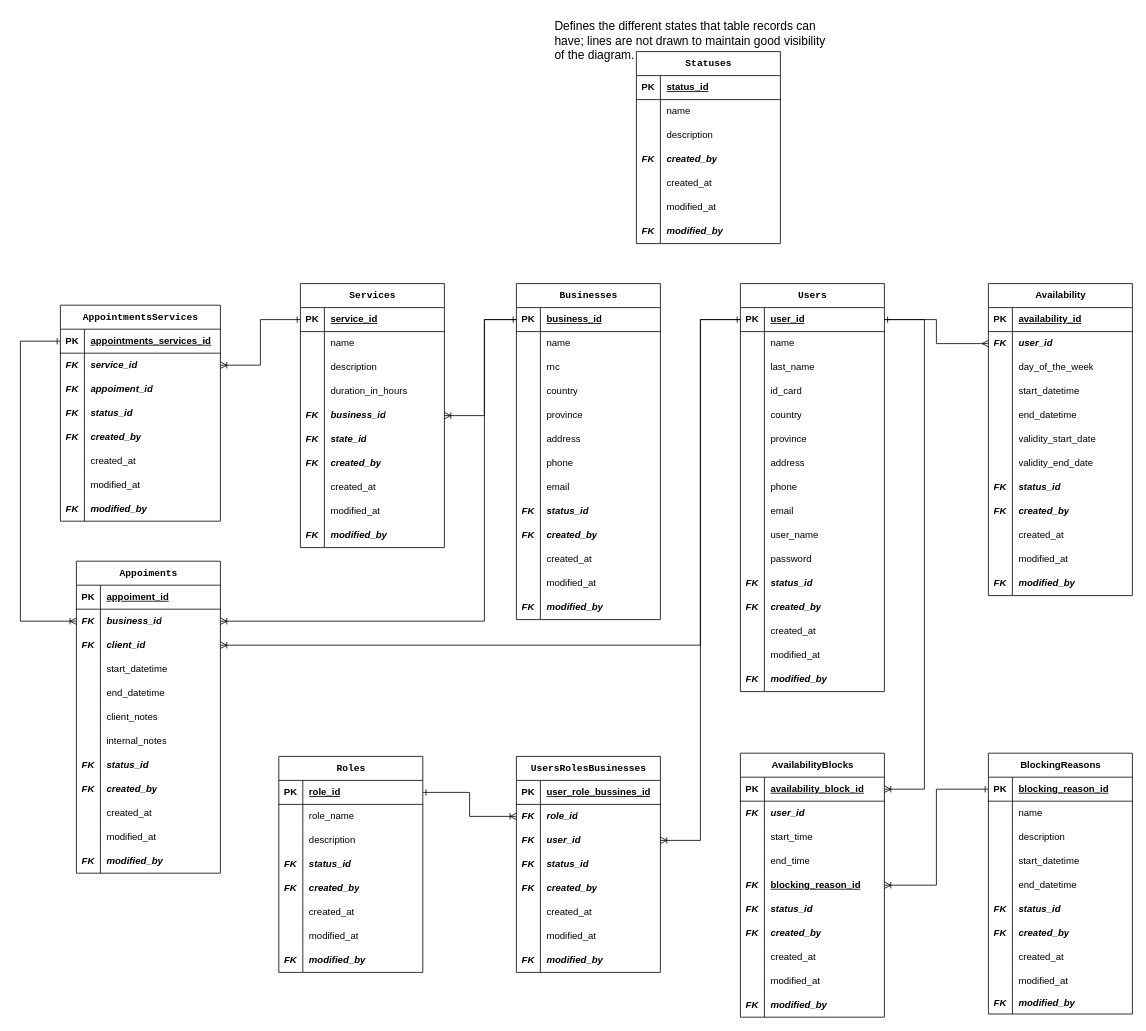
juanandrescj-dev/dailymode-appointment-scheduler keeps this draw.io diagram as technical-documentation/diagram-database-dailymode-appointment-scheduler.drawio. Above is the earlier version. Source tidied: cells renumbered, new cells numbered last; positions are measured from the earlier drawing's top-left corner, leaving out a move shared by most shapes. Both pictures are drawn from the tidied source at 80%, with x=0, y=0 at pixel (20, 14).
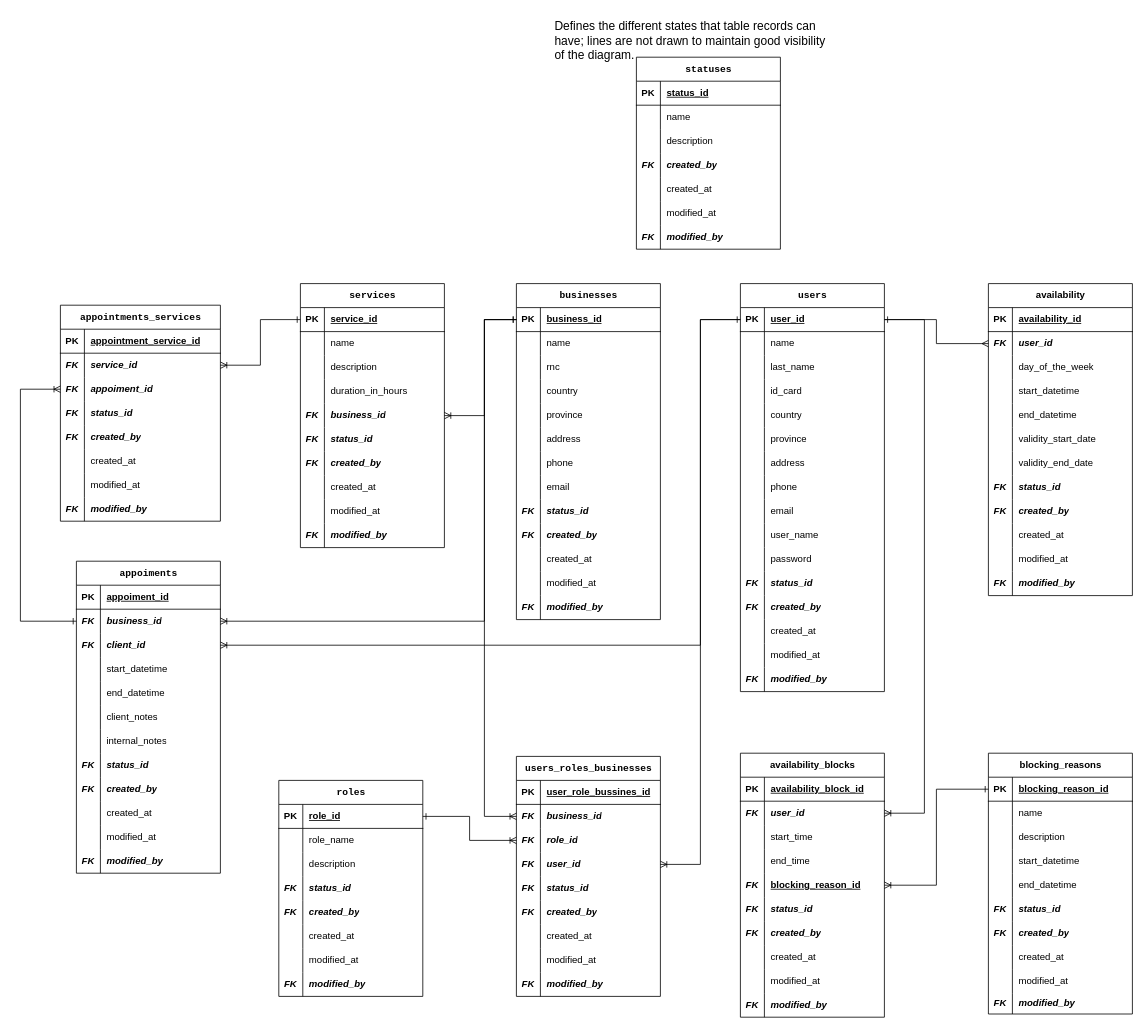
After the change.

Commit message (it also covers changes not shown here):
First scripts for creating the database and defining the tables.

Unchanged cells that the change refers to:
```xml
<mxCell id="3" style="shape=tableRow;horizontal=0;startSize=0;swimlaneHead=0;swimlaneBody=0;fillColor=none;points=[[0,0.5],[1,0.5]];portConstraint=eastwest;top=0;left=0;right=0;bottom=1;" parent="2" vertex="1">
  <mxGeometry y="30" width="180" height="30" as="geometry" />
</mxCell>
<mxCell id="43" style="shape=tableRow;horizontal=0;startSize=0;swimlaneHead=0;swimlaneBody=0;fillColor=none;points=[[0,0.5],[1,0.5]];portConstraint=eastwest;top=0;left=0;right=0;bottom=1;" parent="42" vertex="1">
  <mxGeometry y="30" width="180" height="30" as="geometry" />
</mxCell>
<mxCell id="92" style="shape=tableRow;horizontal=0;startSize=0;swimlaneHead=0;swimlaneBody=0;fillColor=none;points=[[0,0.5],[1,0.5]];portConstraint=eastwest;top=0;left=0;right=0;bottom=1;" parent="91" vertex="1">
  <mxGeometry y="30" width="180" height="30" as="geometry" />
</mxCell>
<mxCell id="120" style="shape=tableRow;horizontal=0;startSize=0;swimlaneHead=0;swimlaneBody=0;fillColor=none;points=[[0,0.5],[1,0.5]];portConstraint=eastwest;top=0;left=0;right=0;bottom=0;" parent="116" vertex="1">
  <mxGeometry y="60" width="180" height="30" as="geometry" />
</mxCell>
<mxCell id="159" style="shape=tableRow;horizontal=0;startSize=0;swimlaneHead=0;swimlaneBody=0;fillColor=none;top=0;left=0;right=0;bottom=0;" parent="143" vertex="1">
  <mxGeometry y="180" width="180" height="30" as="geometry" />
</mxCell>
<mxCell id="212" style="shape=tableRow;horizontal=0;startSize=0;swimlaneHead=0;swimlaneBody=0;fillColor=none;points=[[0,0.5],[1,0.5]];portConstraint=eastwest;top=0;left=0;right=0;bottom=1;" parent="211" vertex="1">
  <mxGeometry y="30" width="180" height="30" as="geometry" />
</mxCell>
<mxCell id="215" style="shape=tableRow;horizontal=0;startSize=0;swimlaneHead=0;swimlaneBody=0;fillColor=none;points=[[0,0.5],[1,0.5]];portConstraint=eastwest;top=0;left=0;right=0;bottom=0;" parent="211" vertex="1">
  <mxGeometry y="60" width="180" height="30" as="geometry" />
</mxCell>
<mxCell id="306" style="shape=tableRow;horizontal=0;startSize=0;swimlaneHead=0;swimlaneBody=0;fillColor=none;points=[[0,0.5],[1,0.5]];portConstraint=eastwest;top=0;left=0;right=0;bottom=0;" parent="302" vertex="1">
  <mxGeometry y="60" width="180" height="30" as="geometry" />
</mxCell>
<mxCell id="342" style="shape=tableRow;horizontal=0;startSize=0;swimlaneHead=0;swimlaneBody=0;fillColor=none;points=[[0,0.5],[1,0.5]];portConstraint=eastwest;top=0;left=0;right=0;bottom=1;" parent="341" vertex="1">
  <mxGeometry y="30" width="200" height="30" as="geometry" />
</mxCell>
<mxCell id="348" style="shape=tableRow;horizontal=0;startSize=0;swimlaneHead=0;swimlaneBody=0;fillColor=none;points=[[0,0.5],[1,0.5]];portConstraint=eastwest;top=0;left=0;right=0;bottom=0;" parent="341" vertex="1">
  <mxGeometry y="90" width="200" height="30" as="geometry" />
</mxCell>
```

The edit, as a diff of the source:
```diff
@@
-    <mxCell id="2" value="&lt;code&gt;Businesses&lt;/code&gt;" style="shape=table;startSize=30;childLayout=tableLayout;rowLines=0;fontStyle=1;align=center;html=1;" parent="1" vertex="1">
+    <mxCell id="2" value="&lt;code&gt;businesses&lt;/code&gt;" style="shape=table;startSize=30;childLayout=tableLayout;rowLines=0;fontStyle=1;align=center;html=1;" parent="1" vertex="1">
       <mxGeometry x="620" y="337" width="180" height="420" as="geometry" />
     </mxCell>
@@
-    <mxCell id="42" value="&lt;font face=&quot;monospace&quot;&gt;Users&lt;/font&gt;" style="shape=table;startSize=30;childLayout=tableLayout;rowLines=0;fontStyle=1;align=center;html=1;" parent="1" vertex="1">
+    <mxCell id="42" value="&lt;font face=&quot;monospace&quot;&gt;users&lt;/font&gt;" style="shape=table;startSize=30;childLayout=tableLayout;rowLines=0;fontStyle=1;align=center;html=1;" parent="1" vertex="1">
       <mxGeometry x="900" y="337" width="180" height="510" as="geometry" />
     </mxCell>
@@
-    <mxCell id="91" value="&lt;font face=&quot;monospace&quot;&gt;Roles&lt;/font&gt;" style="shape=table;startSize=30;childLayout=tableLayout;rowLines=0;fontStyle=1;align=center;html=1;" parent="1" vertex="1">
-      <mxGeometry x="323" y="928" width="180" height="270" as="geometry" />
+    <mxCell id="91" value="&lt;font face=&quot;monospace&quot;&gt;roles&lt;/font&gt;" style="shape=table;startSize=30;childLayout=tableLayout;rowLines=0;fontStyle=1;align=center;html=1;" parent="1" vertex="1">
+      <mxGeometry x="323" y="958" width="180" height="270" as="geometry" />
     </mxCell>
@@
-    <mxCell id="116" value="&lt;font face=&quot;monospace&quot;&gt;UsersRoles&lt;/font&gt;&lt;span style=&quot;font-family: monospace;&quot;&gt;Businesses&lt;/span&gt;" style="shape=table;startSize=30;childLayout=tableLayout;rowLines=0;fontStyle=1;align=center;html=1;" parent="1" vertex="1">
-      <mxGeometry x="620" y="928" width="180" height="270" as="geometry" />
+    <mxCell id="116" value="&lt;font face=&quot;monospace&quot;&gt;users_roles_b&lt;/font&gt;&lt;span style=&quot;font-family: monospace;&quot;&gt;usinesses&lt;/span&gt;" style="shape=table;startSize=30;childLayout=tableLayout;rowLines=0;fontStyle=1;align=center;html=1;" parent="1" vertex="1">
+      <mxGeometry x="620" y="928" width="180" height="300" as="geometry" />
     </mxCell>
@@
-    <mxCell id="122" value="role_id" style="shape=partialRectangle;fillColor=none;top=0;left=0;bottom=0;right=0;align=left;spacingLeft=6;overflow=hidden;whiteSpace=wrap;html=1;fontStyle=3;" parent="120" vertex="1">
+    <mxCell id="122" value="business_id" style="shape=partialRectangle;fillColor=none;top=0;left=0;bottom=0;right=0;align=left;spacingLeft=6;overflow=hidden;whiteSpace=wrap;html=1;fontStyle=3;" parent="120" vertex="1">
       <mxGeometry x="30" width="150" height="30" as="geometry" />
     </mxCell>
+    <mxCell id="368" style="shape=tableRow;horizontal=0;startSize=0;swimlaneHead=0;swimlaneBody=0;fillColor=none;points=[[0,0.5],[1,0.5]];portConstraint=eastwest;top=0;left=0;right=0;bottom=0;" parent="116" vertex="1">
+      <mxGeometry y="90" width="180" height="30" as="geometry" />
+    </mxCell>
+    <mxCell id="369" value="FK" style="shape=partialRectangle;fillColor=none;top=0;left=0;bottom=0;right=0;overflow=hidden;whiteSpace=wrap;html=1;fontStyle=3;" parent="368" vertex="1">
+      <mxGeometry width="30" height="30" as="geometry" />
+    </mxCell>
+    <mxCell id="370" value="role_id" style="shape=partialRectangle;fillColor=none;top=0;left=0;bottom=0;right=0;align=left;spacingLeft=6;overflow=hidden;whiteSpace=wrap;html=1;fontStyle=3;" parent="368" vertex="1">
+      <mxGeometry x="30" width="150" height="30" as="geometry" />
+    </mxCell>
     <mxCell id="123" style="shape=tableRow;horizontal=0;startSize=0;swimlaneHead=0;swimlaneBody=0;fillColor=none;points=[[0,0.5],[1,0.5]];portConstraint=eastwest;top=0;left=0;right=0;bottom=0;" parent="116" vertex="1">
-      <mxGeometry y="90" width="180" height="30" as="geometry" />
+      <mxGeometry y="120" width="180" height="30" as="geometry" />
     </mxCell>
@@
     <mxCell id="126" style="shape=tableRow;horizontal=0;startSize=0;swimlaneHead=0;swimlaneBody=0;fillColor=none;top=0;left=0;right=0;bottom=0;fontStyle=3;" parent="116" vertex="1">
-      <mxGeometry y="120" width="180" height="30" as="geometry" />
+      <mxGeometry y="150" width="180" height="30" as="geometry" />
     </mxCell>
@@
     <mxCell id="129" style="shape=tableRow;horizontal=0;startSize=0;swimlaneHead=0;swimlaneBody=0;fillColor=none;top=0;left=0;right=0;bottom=0;" parent="116" vertex="1">
-      <mxGeometry y="150" width="180" height="30" as="geometry" />
+      <mxGeometry y="180" width="180" height="30" as="geometry" />
     </mxCell>
@@
     <mxCell id="132" style="shape=tableRow;horizontal=0;startSize=0;swimlaneHead=0;swimlaneBody=0;fillColor=none;top=0;left=0;right=0;bottom=0;" parent="116" vertex="1">
-      <mxGeometry y="180" width="180" height="30" as="geometry" />
+      <mxGeometry y="210" width="180" height="30" as="geometry" />
     </mxCell>
@@
     <mxCell id="135" style="shape=tableRow;horizontal=0;startSize=0;swimlaneHead=0;swimlaneBody=0;fillColor=none;top=0;left=0;right=0;bottom=0;" parent="116" vertex="1">
-      <mxGeometry y="210" width="180" height="30" as="geometry" />
+      <mxGeometry y="240" width="180" height="30" as="geometry" />
     </mxCell>
@@
     <mxCell id="138" style="shape=tableRow;horizontal=0;startSize=0;swimlaneHead=0;swimlaneBody=0;fillColor=none;top=0;left=0;right=0;bottom=0;" parent="116" vertex="1">
-      <mxGeometry y="240" width="180" height="30" as="geometry" />
+      <mxGeometry y="270" width="180" height="30" as="geometry" />
     </mxCell>
@@
-    <mxCell id="141" style="shape=tableRow;horizontal=0;startSize=0;swimlaneHead=0;swimlaneBody=0;fillColor=none;top=0;left=0;right=0;bottom=0;" parent="1" vertex="1">
-      <mxGeometry x="720" y="1014" width="180" height="30" as="geometry" />
-    </mxCell>
-    <mxCell id="142" style="shape=partialRectangle;fillColor=none;top=0;left=0;bottom=0;right=0;overflow=hidden;whiteSpace=wrap;html=1;" parent="141" vertex="1">
-      <mxGeometry y="44" width="30" height="30" as="geometry" />
-    </mxCell>
-    <mxCell id="143" value="&lt;font face=&quot;monospace&quot;&gt;Services&lt;/font&gt;" style="shape=table;startSize=30;childLayout=tableLayout;rowLines=0;fontStyle=1;align=center;html=1;" parent="1" vertex="1">
+    <mxCell id="143" value="&lt;font face=&quot;monospace&quot;&gt;services&lt;/font&gt;" style="shape=table;startSize=30;childLayout=tableLayout;rowLines=0;fontStyle=1;align=center;html=1;" parent="1" vertex="1">
       <mxGeometry x="350" y="337" width="180" height="330" as="geometry" />
     </mxCell>
@@
-    <mxCell id="161" value="state_id" style="shape=partialRectangle;fillColor=none;top=0;left=0;bottom=0;right=0;align=left;spacingLeft=6;overflow=hidden;whiteSpace=wrap;html=1;fontStyle=3;" parent="159" vertex="1">
+    <mxCell id="161" value="status_id" style="shape=partialRectangle;fillColor=none;top=0;left=0;bottom=0;right=0;align=left;spacingLeft=6;overflow=hidden;whiteSpace=wrap;html=1;fontStyle=3;" parent="159" vertex="1">
       <mxGeometry x="30" width="150" height="30" as="geometry" />
     </mxCell>
@@
-    <mxCell id="174" value="&lt;span class=&quot;selected&quot;&gt;Availability&lt;/span&gt;" style="shape=table;startSize=30;childLayout=tableLayout;rowLines=0;fontStyle=1;align=center;html=1;" parent="1" vertex="1">
+    <mxCell id="174" value="&lt;span class=&quot;selected&quot;&gt;availability&lt;/span&gt;" style="shape=table;startSize=30;childLayout=tableLayout;rowLines=0;fontStyle=1;align=center;html=1;" parent="1" vertex="1">
       <mxGeometry x="1210" y="337" width="180" height="390" as="geometry" />
     </mxCell>
@@
-    <mxCell id="211" value="&lt;span class=&quot;selected&quot;&gt;AvailabilityBlocks&lt;/span&gt;" style="shape=table;startSize=30;childLayout=tableLayout;rowLines=0;fontStyle=1;align=center;html=1;" parent="1" vertex="1">
+    <mxCell id="211" value="&lt;span class=&quot;selected&quot;&gt;availability_blocks&lt;/span&gt;" style="shape=table;startSize=30;childLayout=tableLayout;rowLines=0;fontStyle=1;align=center;html=1;" parent="1" vertex="1">
       <mxGeometry x="900" y="924" width="180" height="330" as="geometry" />
     </mxCell>
@@
-    <mxCell id="242" value="&lt;span class=&quot;selected&quot;&gt;BlockingReasons&lt;/span&gt;" style="shape=table;startSize=30;childLayout=tableLayout;rowLines=0;fontStyle=1;align=center;html=1;" parent="1" vertex="1">
+    <mxCell id="242" value="&lt;span class=&quot;selected&quot;&gt;blocking_reasons&lt;/span&gt;" style="shape=table;startSize=30;childLayout=tableLayout;rowLines=0;fontStyle=1;align=center;html=1;" parent="1" vertex="1">
       <mxGeometry x="1210" y="924" width="180" height="326" as="geometry" />
     </mxCell>
@@
-    <mxCell id="273" value="&lt;font face=&quot;monospace&quot;&gt;Statuses&lt;/font&gt;" style="shape=table;startSize=30;childLayout=tableLayout;rowLines=0;fontStyle=1;align=center;html=1;" parent="1" vertex="1">
-      <mxGeometry x="770" y="47" width="180" height="240" as="geometry" />
+    <mxCell id="273" value="&lt;font face=&quot;monospace&quot;&gt;statuses&lt;/font&gt;" style="shape=table;startSize=30;childLayout=tableLayout;rowLines=0;fontStyle=1;align=center;html=1;" parent="1" vertex="1">
+      <mxGeometry x="770" y="54" width="180" height="240" as="geometry" />
     </mxCell>
@@
-    <mxCell id="296" style="edgeStyle=orthogonalEdgeStyle;rounded=0;jettySize=auto;html=1;entryX=1;entryY=0.5;entryDx=0;entryDy=0;endArrow=ERoneToMany;endFill=0;" parent="1" edge="1" source="43" target="212">
+    <mxCell id="296" style="edgeStyle=orthogonalEdgeStyle;rounded=0;jettySize=auto;html=1;entryX=1;entryY=0.5;entryDx=0;entryDy=0;endArrow=ERoneToMany;endFill=0;" parent="1" edge="1" source="43" target="215">
       <mxGeometry relative="1" as="geometry">
         <Array as="points">
           <mxPoint x="1130" y="382" />
-          <mxPoint x="1130" y="969" />
+          <mxPoint x="1130" y="999" />
         </Array>
       </mxGeometry>
     </mxCell>
@@
-    <mxCell id="299" style="edgeStyle=orthogonalEdgeStyle;rounded=0;jettySize=auto;html=1;exitX=0;exitY=0.5;exitDx=0;exitDy=0;entryX=1;entryY=0.5;entryDx=0;entryDy=0;endArrow=ERone;endFill=0;startArrow=ERoneToMany;startFill=0;" parent="1" edge="1" source="120" target="92">
+    <mxCell id="299" style="edgeStyle=orthogonalEdgeStyle;rounded=0;jettySize=auto;html=1;exitX=0;exitY=0.5;exitDx=0;exitDy=0;entryX=1;entryY=0.5;entryDx=0;entryDy=0;endArrow=ERone;endFill=0;startArrow=ERoneToMany;startFill=0;" parent="1" edge="1" source="368" target="92">
       <mxGeometry relative="1" as="geometry" />
     </mxCell>
@@
     <mxCell id="301" value="&lt;font style=&quot;font-size: 15px;&quot;&gt;Defines the different states that table records can have; lines are not drawn to maintain good visibility of the diagram.&lt;/font&gt;" style="text;strokeColor=none;fillColor=none;spacingLeft=4;spacingRight=4;overflow=hidden;fontSize=12;whiteSpace=wrap;html=1;" parent="1" vertex="1">
-      <mxGeometry x="662" width="350" height="110" as="geometry" />
+      <mxGeometry x="662" width="350" height="64" as="geometry" />
     </mxCell>
-    <mxCell id="302" value="&lt;font face=&quot;monospace&quot;&gt;Appoiments&lt;/font&gt;" style="shape=table;startSize=30;childLayout=tableLayout;rowLines=0;fontStyle=1;align=center;html=1;" parent="1" vertex="1">
+    <mxCell id="302" value="&lt;font face=&quot;monospace&quot;&gt;appoiments&lt;/font&gt;" style="shape=table;startSize=30;childLayout=tableLayout;rowLines=0;fontStyle=1;align=center;html=1;" parent="1" vertex="1">
       <mxGeometry x="70" y="684" width="180" height="390" as="geometry" />
     </mxCell>
@@
-    <mxCell id="341" value="&lt;font face=&quot;monospace&quot;&gt;AppointmentsServices&lt;/font&gt;" style="shape=table;startSize=30;childLayout=tableLayout;rowLines=0;fontStyle=1;align=center;html=1;" parent="1" vertex="1">
+    <mxCell id="341" value="&lt;font face=&quot;monospace&quot;&gt;appointments_services&lt;/font&gt;" style="shape=table;startSize=30;childLayout=tableLayout;rowLines=0;fontStyle=1;align=center;html=1;" parent="1" vertex="1">
       <mxGeometry x="50" y="364" width="200" height="270" as="geometry" />
     </mxCell>
@@
-    <mxCell id="344" value="appointments_services_id" style="shape=partialRectangle;fillColor=none;top=0;left=0;bottom=0;right=0;align=left;spacingLeft=6;fontStyle=5;overflow=hidden;whiteSpace=wrap;html=1;" parent="342" vertex="1">
+    <mxCell id="344" value="appointment_service_id" style="shape=partialRectangle;fillColor=none;top=0;left=0;bottom=0;right=0;align=left;spacingLeft=6;fontStyle=5;overflow=hidden;whiteSpace=wrap;html=1;" parent="342" vertex="1">
       <mxGeometry x="30" width="170" height="30" as="geometry" />
     </mxCell>
@@
-    <mxCell id="367" style="edgeStyle=orthogonalEdgeStyle;rounded=0;jettySize=auto;html=1;exitX=0;exitY=0.5;exitDx=0;exitDy=0;endArrow=ERoneToMany;endFill=0;startArrow=ERone;startFill=0;" parent="1" edge="1" source="342" target="306">
+    <mxCell id="367" style="edgeStyle=orthogonalEdgeStyle;rounded=0;jettySize=auto;html=1;exitX=0;exitY=0.5;exitDx=0;exitDy=0;endArrow=ERone;endFill=0;startArrow=ERoneToMany;startFill=0;" parent="1" edge="1" source="348" target="306">
       <mxGeometry relative="1" as="geometry">
         <Array as="points">
-          <mxPoint y="409" />
+          <mxPoint y="469" />
           <mxPoint y="759" />
         </Array>
       </mxGeometry>
     </mxCell>
+    <mxCell id="371" style="edgeStyle=orthogonalEdgeStyle;rounded=0;jettySize=auto;html=1;entryX=0;entryY=0.5;entryDx=0;entryDy=0;endArrow=ERoneToMany;endFill=0;startArrow=ERone;startFill=0;" parent="1" edge="1" source="3" target="120">
+      <mxGeometry relative="1" as="geometry">
+        <Array as="points">
+          <mxPoint x="580" y="382" />
+          <mxPoint x="580" y="1003" />
+        </Array>
+      </mxGeometry>
+    </mxCell>
```
